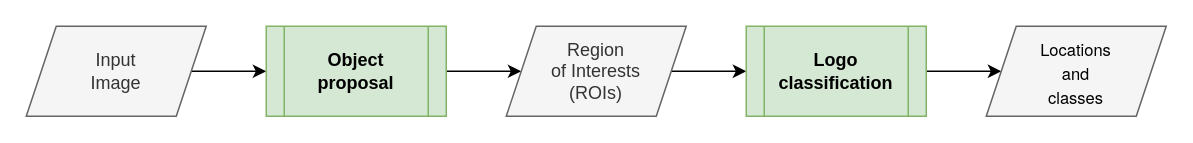
Earlier version of the draw.io diagram images/pipeline.drawio (gianlucagiudice/MasterThesis-logo_detection_recognition). Source tidied: cells renumbered, new cells numbered last; positions are measured from the earlier drawing's top-left corner, leaving out a move shared by most shapes. Both pictures are drawn from the tidied source at 150%, with x=0, y=0 at pixel (26, 26).
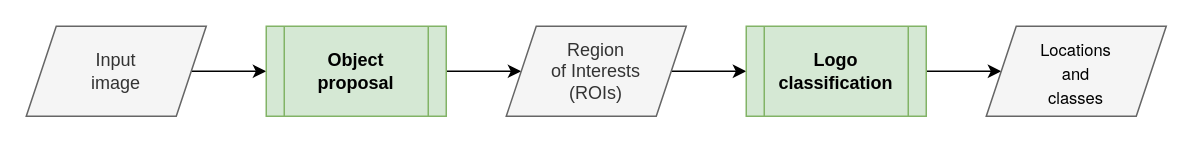
After the change.

Change to the diagram source:
```diff
@@
 <mxGraphModel>
   <root>
     <mxCell id="0" />
     <mxCell id="1" parent="0" />
     <mxCell id="2" style="edgeStyle=orthogonalEdgeStyle;rounded=0;jettySize=auto;html=1;exitX=1;exitY=0.5;exitDx=0;exitDy=0;entryX=0;entryY=0.5;entryDx=0;entryDy=0;" parent="1" edge="1" source="3" target="5">
       <mxGeometry relative="1" as="geometry" />
     </mxCell>
-    <mxCell id="3" value="Input&lt;br&gt;Image" style="shape=parallelogram;perimeter=parallelogramPerimeter;whiteSpace=wrap;html=1;fixedSize=1;fillColor=#f5f5f5;fontColor=#333333;strokeColor=#666666;" parent="1" vertex="1">
+    <mxCell id="3" value="Input&lt;br&gt;image" style="shape=parallelogram;perimeter=parallelogramPerimeter;whiteSpace=wrap;html=1;fixedSize=1;fillColor=#f5f5f5;fontColor=#333333;strokeColor=#666666;" parent="1" vertex="1">
       <mxGeometry width="120" height="60" as="geometry" />
     </mxCell>
     <mxCell id="4" style="edgeStyle=orthogonalEdgeStyle;rounded=0;jettySize=auto;html=1;exitX=1;exitY=0.5;exitDx=0;exitDy=0;entryX=0;entryY=0.5;entryDx=0;entryDy=0;" parent="1" edge="1" source="5" target="7">
       <mxGeometry relative="1" as="geometry" />
     </mxCell>
     <mxCell id="5" value="Object&lt;br&gt;proposal" style="shape=process;whiteSpace=wrap;html=1;backgroundOutline=1;fillColor=#d5e8d4;strokeColor=#82b366;fontStyle=1;" parent="1" vertex="1">
       <mxGeometry x="160" width="120" height="60" as="geometry" />
     </mxCell>
     <mxCell id="6" style="edgeStyle=orthogonalEdgeStyle;rounded=0;jettySize=auto;html=1;exitX=1;exitY=0.5;exitDx=0;exitDy=0;entryX=0;entryY=0.5;entryDx=0;entryDy=0;" parent="1" edge="1" source="7" target="9">
       <mxGeometry relative="1" as="geometry" />
     </mxCell>
     <mxCell id="7" value="Region&lt;br&gt;of Interests&lt;br&gt;(ROIs)" style="shape=parallelogram;perimeter=parallelogramPerimeter;whiteSpace=wrap;html=1;fixedSize=1;fillColor=#f5f5f5;fontColor=#333333;strokeColor=#666666;align=center;" parent="1" vertex="1">
       <mxGeometry x="320" width="120" height="60" as="geometry" />
     </mxCell>
     <mxCell id="8" style="edgeStyle=orthogonalEdgeStyle;rounded=0;jettySize=auto;html=1;exitX=1;exitY=0.5;exitDx=0;exitDy=0;entryX=0;entryY=0.5;entryDx=0;entryDy=0;" parent="1" edge="1" source="9" target="10">
       <mxGeometry relative="1" as="geometry" />
     </mxCell>
     <mxCell id="9" value="Logo&lt;br&gt;classification" style="shape=process;whiteSpace=wrap;html=1;backgroundOutline=1;fillColor=#d5e8d4;strokeColor=#82b366;fontStyle=1;" parent="1" vertex="1">
       <mxGeometry x="480" width="120" height="60" as="geometry" />
     </mxCell>
     <mxCell id="10" value="&lt;p style=&quot;margin: 0px; font-variant-numeric: normal; font-variant-east-asian: normal; font-stretch: normal; font-size: 11px; line-height: normal; font-family: &amp;quot;Helvetica Neue&amp;quot;; color: rgb(0, 0, 0);&quot; class=&quot;p1&quot;&gt;Locations&lt;/p&gt;&lt;p style=&quot;margin: 0px; font-variant-numeric: normal; font-variant-east-asian: normal; font-stretch: normal; font-size: 11px; line-height: normal; font-family: &amp;quot;Helvetica Neue&amp;quot;; color: rgb(0, 0, 0);&quot; class=&quot;p1&quot;&gt;and&lt;/p&gt;&lt;p style=&quot;margin: 0px; font-variant-numeric: normal; font-variant-east-asian: normal; font-stretch: normal; font-size: 11px; line-height: normal; font-family: &amp;quot;Helvetica Neue&amp;quot;; color: rgb(0, 0, 0);&quot; class=&quot;p1&quot;&gt;classes&lt;/p&gt;" style="shape=parallelogram;perimeter=parallelogramPerimeter;whiteSpace=wrap;html=1;fixedSize=1;fillColor=#f5f5f5;fontColor=#333333;strokeColor=#666666;align=center;" parent="1" vertex="1">
       <mxGeometry x="640" width="120" height="60" as="geometry" />
     </mxCell>
   </root>
 </mxGraphModel>
```
